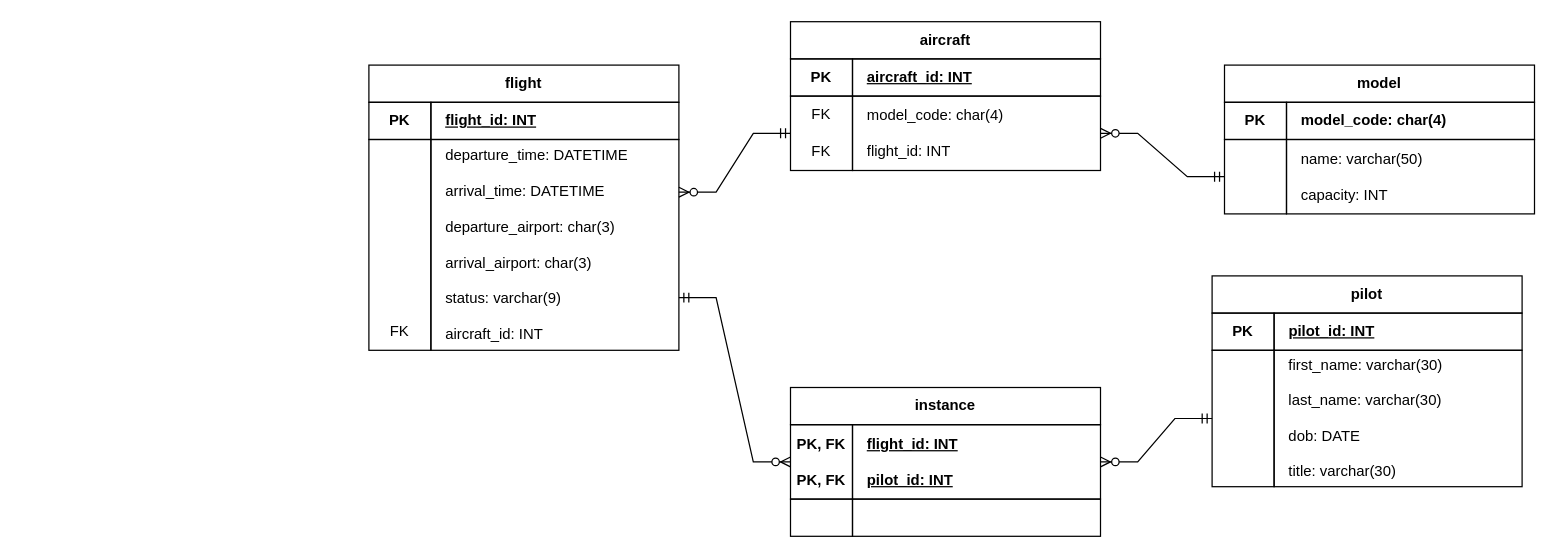
Above: airline-database-erd.drawio in J-05/CW120040-CW2 (draw.io), before the change. Source tidied: cells renumbered, new cells numbered last; positions are measured from the earlier drawing's top-left corner, leaving out a move shared by most shapes. Both pictures are drawn from the tidied source at 124%, with x=0, y=0 at pixel (368, 21).
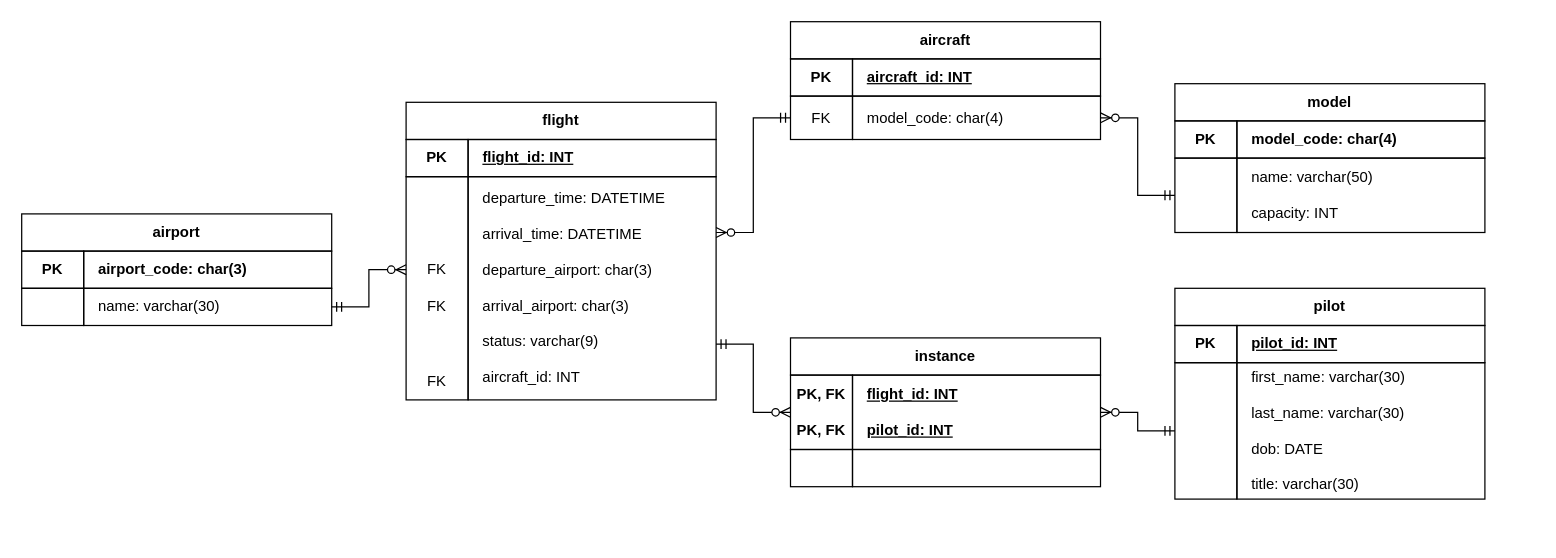
After the change.

Commit message:
updated aircraft and added airport

What changed in the source:
```diff
@@
     <mxCell id="4" style="rounded=0;whiteSpace=wrap;html=1;fillColor=none;" parent="1" vertex="1">
-      <mxGeometry x="340" y="60" width="50" height="60" as="geometry" />
+      <mxGeometry x="340" y="60" width="50" height="35" as="geometry" />
     </mxCell>
-    <mxCell id="5" value="&amp;nbsp; &amp;nbsp;model_code: char(4)&lt;br&gt;&lt;br&gt;&amp;nbsp; &amp;nbsp;flight_id: INT" style="rounded=0;whiteSpace=wrap;html=1;fillColor=none;align=left;" parent="1" vertex="1">
-      <mxGeometry x="390" y="60" width="200" height="60" as="geometry" />
+    <mxCell id="5" value="&amp;nbsp; &amp;nbsp;model_code: char(4)" style="rounded=0;whiteSpace=wrap;html=1;fillColor=none;align=left;" parent="1" vertex="1">
+      <mxGeometry x="390" y="60" width="200" height="35" as="geometry" />
     </mxCell>
@@
     <mxCell id="7" value="&lt;b style=&quot;&quot;&gt;&lt;i&gt;&amp;nbsp; &amp;nbsp;&lt;/i&gt;&lt;u&gt;flight_id: INT&lt;/u&gt;&lt;/b&gt;" style="rounded=0;whiteSpace=wrap;html=1;fillColor=none;align=left;" parent="1" vertex="1">
-      <mxGeometry x="50" y="65" width="200" height="30" as="geometry" />
+      <mxGeometry x="80" y="95" width="200" height="30" as="geometry" />
     </mxCell>
     <mxCell id="8" value="&lt;b&gt;PK&lt;/b&gt;" style="rounded=0;whiteSpace=wrap;html=1;fillColor=none;" parent="1" vertex="1">
-      <mxGeometry y="65" width="50" height="30" as="geometry" />
+      <mxGeometry x="30" y="95" width="50" height="30" as="geometry" />
     </mxCell>
     <mxCell id="9" style="rounded=0;whiteSpace=wrap;html=1;fillColor=none;" parent="1" vertex="1">
-      <mxGeometry y="95" width="50" height="170" as="geometry" />
+      <mxGeometry x="30" y="125" width="50" height="180" as="geometry" />
     </mxCell>
     <mxCell id="10" value="&amp;nbsp; &amp;nbsp;departure_time: DATETIME&lt;br&gt;&lt;br&gt;&amp;nbsp; &amp;nbsp;arrival_time: DATETIME&lt;br&gt;&lt;br&gt;&amp;nbsp; &amp;nbsp;departure_airport: char(3)&lt;br&gt;&lt;br&gt;&amp;nbsp; &amp;nbsp;arrival_airport: char(3)&lt;br&gt;&lt;br&gt;&amp;nbsp; &amp;nbsp;status: varchar(9)&lt;br&gt;&lt;br&gt;&amp;nbsp; &amp;nbsp;aircraft_id: INT" style="rounded=0;whiteSpace=wrap;html=1;fillColor=none;align=left;" parent="1" vertex="1">
-      <mxGeometry x="50" y="95" width="200" height="170" as="geometry" />
+      <mxGeometry x="80" y="125" width="200" height="180" as="geometry" />
     </mxCell>
     <mxCell id="11" value="&lt;b&gt;flight&lt;/b&gt;" style="rounded=0;whiteSpace=wrap;html=1;fillColor=none;" parent="1" vertex="1">
-      <mxGeometry y="35" width="250" height="30" as="geometry" />
+      <mxGeometry x="30" y="65" width="250" height="30" as="geometry" />
     </mxCell>
     <mxCell id="12" value="&lt;b style=&quot;&quot;&gt;&lt;i&gt;&amp;nbsp; &amp;nbsp;&lt;/i&gt;&lt;u&gt;pilot_id: INT&lt;/u&gt;&lt;/b&gt;" style="rounded=0;whiteSpace=wrap;html=1;fillColor=none;align=left;" parent="1" vertex="1">
-      <mxGeometry x="730" y="235" width="200" height="30" as="geometry" />
+      <mxGeometry x="700" y="245" width="200" height="30" as="geometry" />
     </mxCell>
     <mxCell id="13" value="&lt;b&gt;PK&lt;/b&gt;" style="rounded=0;whiteSpace=wrap;html=1;fillColor=none;" parent="1" vertex="1">
-      <mxGeometry x="680" y="235" width="50" height="30" as="geometry" />
+      <mxGeometry x="650" y="245" width="50" height="30" as="geometry" />
     </mxCell>
     <mxCell id="14" style="rounded=0;whiteSpace=wrap;html=1;fillColor=none;" parent="1" vertex="1">
-      <mxGeometry x="680" y="265" width="50" height="110" as="geometry" />
+      <mxGeometry x="650" y="275" width="50" height="110" as="geometry" />
     </mxCell>
     <mxCell id="15" value="&amp;nbsp; &amp;nbsp;first_name: varchar(30)&lt;br&gt;&lt;br&gt;&amp;nbsp; &amp;nbsp;last_name: varchar(30)&lt;br&gt;&lt;br&gt;&amp;nbsp; &amp;nbsp;dob: DATE&lt;br&gt;&lt;br&gt;&amp;nbsp; &amp;nbsp;title: varchar(30)" style="rounded=0;whiteSpace=wrap;html=1;fillColor=none;align=left;" parent="1" vertex="1">
-      <mxGeometry x="730" y="265" width="200" height="110" as="geometry" />
+      <mxGeometry x="700" y="275" width="200" height="110" as="geometry" />
     </mxCell>
     <mxCell id="16" value="&lt;b&gt;pilot&lt;/b&gt;" style="rounded=0;whiteSpace=wrap;html=1;fillColor=none;" parent="1" vertex="1">
-      <mxGeometry x="680" y="205" width="250" height="30" as="geometry" />
+      <mxGeometry x="650" y="215" width="250" height="30" as="geometry" />
     </mxCell>
     <mxCell id="17" value="&amp;nbsp; &amp;nbsp;&lt;b&gt;&lt;u&gt;flight_id: INT&lt;/u&gt;&lt;br&gt;&lt;br&gt;&amp;nbsp; &amp;nbsp;&lt;u&gt;pilot_id: INT&lt;/u&gt;&lt;br&gt;&lt;/b&gt;" style="rounded=0;whiteSpace=wrap;html=1;fillColor=none;align=left;" parent="1" vertex="1">
-      <mxGeometry x="390" y="325" width="200" height="60" as="geometry" />
+      <mxGeometry x="390" y="285" width="200" height="60" as="geometry" />
     </mxCell>
     <mxCell id="18" value="&lt;b&gt;PK, FK&lt;br&gt;&lt;br&gt;PK, FK&lt;br&gt;&lt;/b&gt;" style="rounded=0;whiteSpace=wrap;html=1;fillColor=none;" parent="1" vertex="1">
-      <mxGeometry x="340" y="325" width="50" height="60" as="geometry" />
+      <mxGeometry x="340" y="285" width="50" height="60" as="geometry" />
     </mxCell>
     <mxCell id="19" style="rounded=0;whiteSpace=wrap;html=1;fillColor=none;" parent="1" vertex="1">
-      <mxGeometry x="340" y="385" width="50" height="30" as="geometry" />
+      <mxGeometry x="340" y="345" width="50" height="30" as="geometry" />
     </mxCell>
     <mxCell id="20" style="rounded=0;whiteSpace=wrap;html=1;fillColor=none;align=left;" parent="1" vertex="1">
-      <mxGeometry x="390" y="385" width="200" height="30" as="geometry" />
+      <mxGeometry x="390" y="345" width="200" height="30" as="geometry" />
     </mxCell>
     <mxCell id="21" value="&lt;b&gt;instance&lt;/b&gt;" style="rounded=0;whiteSpace=wrap;html=1;fillColor=none;" parent="1" vertex="1">
-      <mxGeometry x="340" y="295" width="250" height="30" as="geometry" />
+      <mxGeometry x="340" y="255" width="250" height="30" as="geometry" />
     </mxCell>
     <mxCell id="22" value="&lt;b&gt;&lt;i&gt;&amp;nbsp; &amp;nbsp;&lt;/i&gt;model_code: char(4)&lt;/b&gt;" style="rounded=0;whiteSpace=wrap;html=1;fillColor=none;align=left;" parent="1" vertex="1">
-      <mxGeometry x="740" y="65" width="200" height="30" as="geometry" />
+      <mxGeometry x="700" y="80" width="200" height="30" as="geometry" />
     </mxCell>
     <mxCell id="23" value="&lt;b&gt;PK&lt;/b&gt;" style="rounded=0;whiteSpace=wrap;html=1;fillColor=none;" parent="1" vertex="1">
-      <mxGeometry x="690" y="65" width="50" height="30" as="geometry" />
+      <mxGeometry x="650" y="80" width="50" height="30" as="geometry" />
     </mxCell>
     <mxCell id="24" style="rounded=0;whiteSpace=wrap;html=1;fillColor=none;" parent="1" vertex="1">
-      <mxGeometry x="690" y="95" width="50" height="60" as="geometry" />
+      <mxGeometry x="650" y="110" width="50" height="60" as="geometry" />
     </mxCell>
     <mxCell id="25" value="&amp;nbsp; &amp;nbsp;name: varchar(50)&lt;br&gt;&lt;br&gt;&amp;nbsp; &amp;nbsp;capacity: INT" style="rounded=0;whiteSpace=wrap;html=1;fillColor=none;align=left;" parent="1" vertex="1">
-      <mxGeometry x="740" y="95" width="200" height="60" as="geometry" />
+      <mxGeometry x="700" y="110" width="200" height="60" as="geometry" />
     </mxCell>
     <mxCell id="26" value="&lt;b&gt;model&lt;/b&gt;" style="rounded=0;whiteSpace=wrap;html=1;fillColor=none;" parent="1" vertex="1">
-      <mxGeometry x="690" y="35" width="250" height="30" as="geometry" />
+      <mxGeometry x="650" y="50" width="250" height="30" as="geometry" />
     </mxCell>
     <mxCell id="27" value="FK" style="rounded=0;whiteSpace=wrap;html=1;fillColor=none;strokeColor=none;" parent="1" vertex="1">
-      <mxGeometry x="340" y="60" width="50" height="30" as="geometry" />
+      <mxGeometry x="340" y="62.5" width="50" height="30" as="geometry" />
     </mxCell>
-    <mxCell id="28" value="FK" style="rounded=0;whiteSpace=wrap;html=1;fillColor=none;strokeColor=none;" parent="1" vertex="1">
-      <mxGeometry x="340" y="90" width="50" height="30" as="geometry" />
-    </mxCell>
     <mxCell id="29" value="FK" style="rounded=0;whiteSpace=wrap;html=1;fillColor=none;strokeColor=none;" parent="1" vertex="1">
-      <mxGeometry y="235" width="50" height="30" as="geometry" />
+      <mxGeometry x="30" y="275" width="50" height="30" as="geometry" />
     </mxCell>
@@
+    <mxCell id="34" value="&lt;b&gt;&amp;nbsp; &amp;nbsp;airport_code: char(3)&lt;br&gt;&lt;/b&gt;" style="rounded=0;whiteSpace=wrap;html=1;fillColor=none;align=left;" parent="1" vertex="1">
+      <mxGeometry x="-230" y="185" width="200" height="30" as="geometry" />
+    </mxCell>
+    <mxCell id="35" value="&lt;b&gt;PK&lt;br&gt;&lt;/b&gt;" style="rounded=0;whiteSpace=wrap;html=1;fillColor=none;" parent="1" vertex="1">
+      <mxGeometry x="-280" y="185" width="50" height="30" as="geometry" />
+    </mxCell>
+    <mxCell id="36" style="rounded=0;whiteSpace=wrap;html=1;fillColor=none;" parent="1" vertex="1">
+      <mxGeometry x="-280" y="215" width="50" height="30" as="geometry" />
+    </mxCell>
+    <mxCell id="37" value="&amp;nbsp; &amp;nbsp;name: varchar(30)" style="rounded=0;whiteSpace=wrap;html=1;fillColor=none;align=left;" parent="1" vertex="1">
+      <mxGeometry x="-230" y="215" width="200" height="30" as="geometry" />
+    </mxCell>
+    <mxCell id="38" value="&lt;b&gt;airport&lt;/b&gt;" style="rounded=0;whiteSpace=wrap;html=1;fillColor=none;" parent="1" vertex="1">
+      <mxGeometry x="-280" y="155" width="250" height="30" as="geometry" />
+    </mxCell>
+    <mxCell id="39" value="FK" style="rounded=0;whiteSpace=wrap;html=1;fillColor=none;strokeColor=none;" parent="1" vertex="1">
+      <mxGeometry x="30" y="215" width="50" height="30" as="geometry" />
+    </mxCell>
+    <mxCell id="40" value="FK" style="rounded=0;whiteSpace=wrap;html=1;fillColor=none;strokeColor=none;" parent="1" vertex="1">
+      <mxGeometry x="30" y="185" width="50" height="30" as="geometry" />
+    </mxCell>
+    <mxCell id="41" style="edgeStyle=entityRelationEdgeStyle;fontSize=12;html=1;endArrow=ERzeroToMany;startArrow=ERmandOne;rounded=0;exitX=1;exitY=0.5;exitDx=0;exitDy=0;entryX=0;entryY=0.5;entryDx=0;entryDy=0;" parent="1" edge="1" source="37" target="40">
+      <mxGeometry relative="1" as="geometry" />
+    </mxCell>
```
